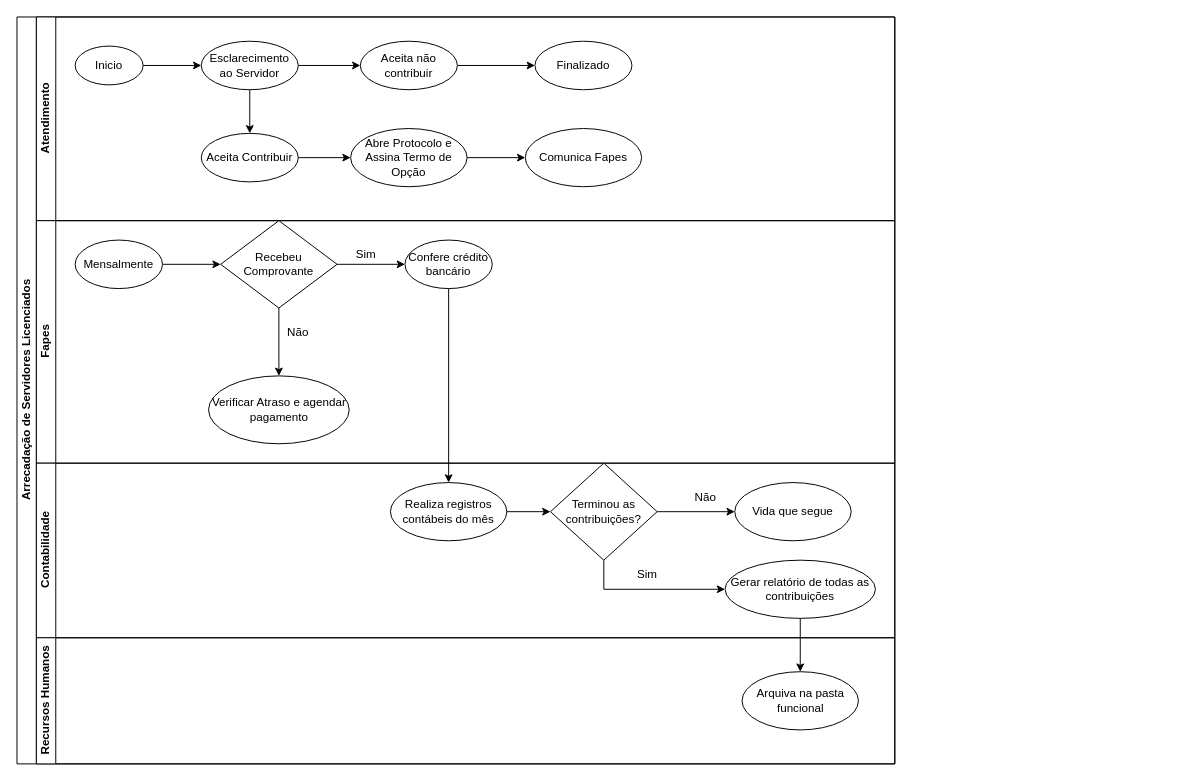
Above: Cobrança Servidor Licenciado.drawio in Ramaniks/fluxogramas-toledoprev (draw.io), before the change. Source tidied: cells renumbered, new cells numbered last; positions are measured from the earlier drawing's top-left corner, leaving out a move shared by most shapes. Both pictures are drawn from the tidied source at 97%, with x=0, y=0 at pixel (16, 16).
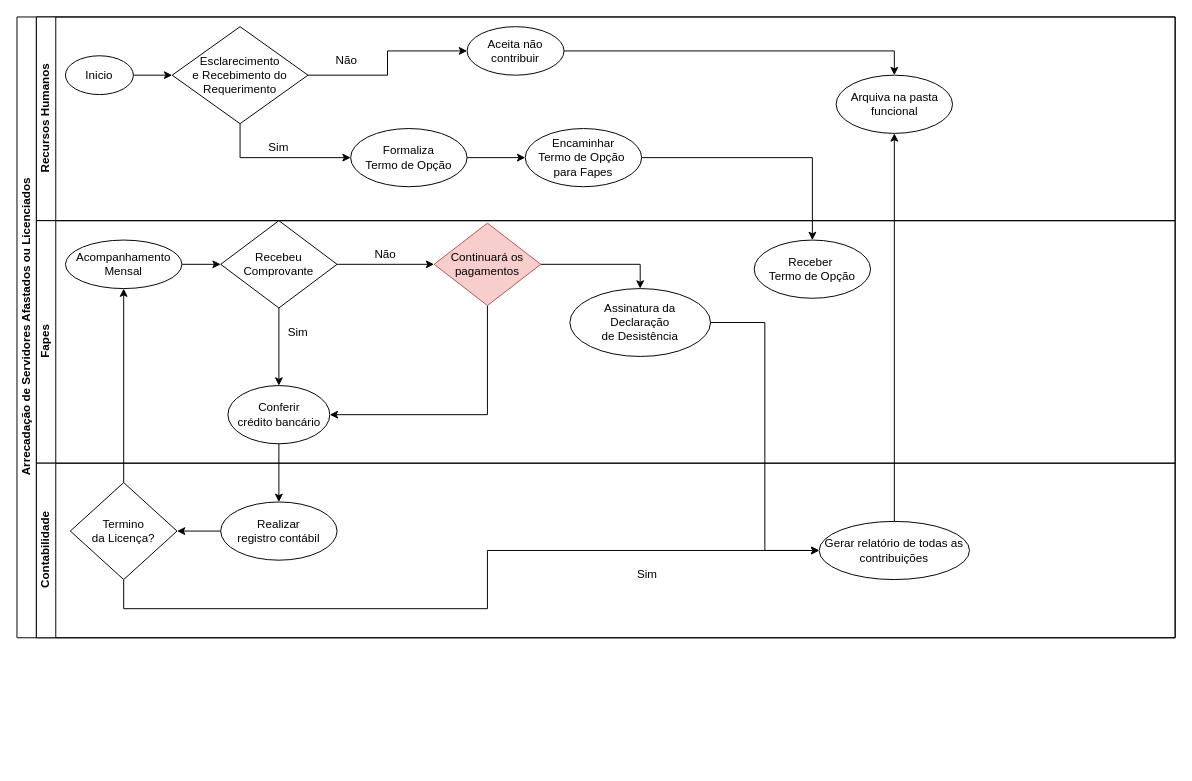
The same page after the edit.

Commit message:
Conforme recomendação da Coordenação

The change refers to these unchanged cells:
```xml
<mxCell id="24" value="Recebeu Comprovante" style="rhombus;whiteSpace=wrap;html=1;" parent="17" vertex="1">
  <mxGeometry x="190" width="120" height="90" as="geometry" />
</mxCell>
```

Change to the diagram source:
```diff
@@
-    <mxCell id="2" value="Arrecadação de Servidores Licenciados" style="swimlane;horizontal=0;startSize=20;html=1;" parent="1" vertex="1">
-      <mxGeometry width="905" height="770" as="geometry" />
+    <mxCell id="2" value="Arrecadação de Servidores Afastados ou Licenciados" style="swimlane;horizontal=0;startSize=20;html=1;" parent="1" vertex="1">
+      <mxGeometry width="1194" height="640" as="geometry" />
     </mxCell>
-    <mxCell id="3" value="Atendimento" style="swimlane;startSize=20;horizontal=0;html=1;" parent="2" vertex="1">
-      <mxGeometry x="20" width="885" height="210" as="geometry" />
+    <mxCell id="3" value="Recursos Humanos" style="swimlane;startSize=20;horizontal=0;html=1;" parent="2" vertex="1">
+      <mxGeometry x="20" width="1174" height="210" as="geometry" />
     </mxCell>
-    <mxCell id="4" style="edgeStyle=orthogonalEdgeStyle;rounded=0;jettySize=auto;html=1;" parent="3" edge="1" source="5" target="8">
-      <mxGeometry relative="1" as="geometry" />
-    </mxCell>
+    <mxCell id="41" style="edgeStyle=orthogonalEdgeStyle;rounded=0;jettySize=auto;html=1;entryX=0;entryY=0.5;entryDx=0;entryDy=0;" parent="3" edge="1" source="5" target="45">
+      <mxGeometry relative="1" as="geometry" />
+    </mxCell>
     <mxCell id="5" value="Inicio" style="ellipse;whiteSpace=wrap;html=1;" parent="3" vertex="1">
-      <mxGeometry x="40" y="30" width="70" height="40" as="geometry" />
+      <mxGeometry x="30" y="40" width="70" height="40" as="geometry" />
     </mxCell>
-    <mxCell id="6" style="edgeStyle=orthogonalEdgeStyle;rounded=0;jettySize=auto;html=1;" parent="3" edge="1" source="8" target="10">
-      <mxGeometry relative="1" as="geometry" />
-    </mxCell>
-    <mxCell id="7" style="edgeStyle=orthogonalEdgeStyle;rounded=0;jettySize=auto;html=1;" parent="3" edge="1" source="8" target="13">
-      <mxGeometry relative="1" as="geometry" />
-    </mxCell>
-    <mxCell id="8" value="Esclarecimento ao Servidor" style="ellipse;whiteSpace=wrap;html=1;" parent="3" vertex="1">
-      <mxGeometry x="170" y="25" width="100" height="50" as="geometry" />
-    </mxCell>
-    <mxCell id="9" style="edgeStyle=orthogonalEdgeStyle;rounded=0;jettySize=auto;html=1;" parent="3" edge="1" source="10" target="11">
-      <mxGeometry relative="1" as="geometry" />
-    </mxCell>
+    <mxCell id="42" style="edgeStyle=orthogonalEdgeStyle;rounded=0;jettySize=auto;html=1;entryX=0.5;entryY=0;entryDx=0;entryDy=0;" parent="3" edge="1" source="10" target="38">
+      <mxGeometry relative="1" as="geometry" />
+    </mxCell>
     <mxCell id="10" value="Aceita não contribuir" style="ellipse;whiteSpace=wrap;html=1;" parent="3" vertex="1">
-      <mxGeometry x="334" y="25" width="100" height="50" as="geometry" />
+      <mxGeometry x="444" y="10" width="100" height="50" as="geometry" />
     </mxCell>
-    <mxCell id="11" value="Finalizado" style="ellipse;whiteSpace=wrap;html=1;" parent="3" vertex="1">
-      <mxGeometry x="514" y="25" width="100" height="50" as="geometry" />
-    </mxCell>
-    <mxCell id="12" style="edgeStyle=orthogonalEdgeStyle;rounded=0;jettySize=auto;html=1;" parent="3" edge="1" source="13" target="15">
-      <mxGeometry relative="1" as="geometry" />
-    </mxCell>
-    <mxCell id="13" value="Aceita Contribuir" style="ellipse;whiteSpace=wrap;html=1;" parent="3" vertex="1">
-      <mxGeometry x="170" y="120" width="100" height="50" as="geometry" />
-    </mxCell>
@@
-    <mxCell id="15" value="Abre Protocolo e Assina Termo de Opção" style="ellipse;whiteSpace=wrap;html=1;" parent="3" vertex="1">
+    <mxCell id="15" value="Formaliza &lt;br&gt;Termo de Opção" style="ellipse;whiteSpace=wrap;html=1;" parent="3" vertex="1">
       <mxGeometry x="324" y="115" width="120" height="60" as="geometry" />
     </mxCell>
-    <mxCell id="16" value="Comunica Fapes" style="ellipse;whiteSpace=wrap;html=1;" parent="3" vertex="1">
+    <mxCell id="16" value="Encaminhar&lt;br&gt;Termo de Opção&amp;nbsp;&lt;br&gt;para Fapes" style="ellipse;whiteSpace=wrap;html=1;" parent="3" vertex="1">
       <mxGeometry x="504" y="115" width="120" height="60" as="geometry" />
     </mxCell>
+    <mxCell id="38" value="Arquiva na pasta funcional" style="ellipse;whiteSpace=wrap;html=1;" parent="3" vertex="1">
+      <mxGeometry x="824.5" y="60" width="120" height="60" as="geometry" />
+    </mxCell>
+    <mxCell id="43" style="edgeStyle=orthogonalEdgeStyle;rounded=0;jettySize=auto;html=1;entryX=0;entryY=0.5;entryDx=0;entryDy=0;" parent="3" edge="1" source="45" target="10">
+      <mxGeometry relative="1" as="geometry" />
+    </mxCell>
+    <mxCell id="44" style="edgeStyle=orthogonalEdgeStyle;rounded=0;jettySize=auto;html=1;entryX=0;entryY=0.5;entryDx=0;entryDy=0;" parent="3" edge="1" source="45" target="15">
+      <mxGeometry relative="1" as="geometry">
+        <Array as="points">
+          <mxPoint x="210" y="145" />
+        </Array>
+      </mxGeometry>
+    </mxCell>
+    <mxCell id="45" value="Esclarecimento &lt;br&gt;e Recebimento do Requerimento" style="rhombus;whiteSpace=wrap;html=1;" parent="3" vertex="1">
+      <mxGeometry x="140" y="10" width="140" height="100" as="geometry" />
+    </mxCell>
+    <mxCell id="46" value="Sim" style="text;html=1;strokeColor=none;fillColor=none;align=center;verticalAlign=middle;whiteSpace=wrap;rounded=0;" parent="3" vertex="1">
+      <mxGeometry x="220" y="120" width="60" height="30" as="geometry" />
+    </mxCell>
+    <mxCell id="32" value="Não" style="text;html=1;strokeColor=none;fillColor=none;align=center;verticalAlign=middle;whiteSpace=wrap;rounded=0;" parent="3" vertex="1">
+      <mxGeometry x="290" y="30" width="60" height="30" as="geometry" />
+    </mxCell>
     <mxCell id="17" value="Fapes" style="swimlane;startSize=20;horizontal=0;html=1;" parent="2" vertex="1">
-      <mxGeometry x="20" y="210" width="885" height="250" as="geometry" />
+      <mxGeometry x="20" y="210" width="1174" height="250" as="geometry" />
     </mxCell>
@@
-    <mxCell id="19" value="Mensalmente" style="ellipse;whiteSpace=wrap;html=1;" parent="17" vertex="1">
-      <mxGeometry x="40" y="20" width="90" height="50" as="geometry" />
+    <mxCell id="19" value="Acompanhamento&lt;br&gt;Mensal" style="ellipse;whiteSpace=wrap;html=1;" parent="17" vertex="1">
+      <mxGeometry x="30" y="20" width="120" height="50" as="geometry" />
     </mxCell>
-    <mxCell id="20" value="Verificar Atraso e agendar pagamento" style="ellipse;whiteSpace=wrap;html=1;" parent="17" vertex="1">
-      <mxGeometry x="177.5" y="160" width="145" height="70" as="geometry" />
+    <mxCell id="20" value="Assinatura da &lt;br&gt;Declaração &lt;br&gt;de Desistência" style="ellipse;whiteSpace=wrap;html=1;" parent="17" vertex="1">
+      <mxGeometry x="550" y="70" width="145" height="70" as="geometry" />
     </mxCell>
-    <mxCell id="21" value="Confere crédito bancário" style="ellipse;whiteSpace=wrap;html=1;" parent="17" vertex="1">
-      <mxGeometry x="380" y="20" width="90" height="50" as="geometry" />
+    <mxCell id="21" value="Conferir &lt;br&gt;crédito bancário" style="ellipse;whiteSpace=wrap;html=1;" parent="17" vertex="1">
+      <mxGeometry x="197.5" y="170" width="105" height="60" as="geometry" />
     </mxCell>
@@
-    <mxCell id="23" style="edgeStyle=orthogonalEdgeStyle;rounded=0;jettySize=auto;html=1;entryX=0.5;entryY=0;entryDx=0;entryDy=0;" parent="17" edge="1" source="24" target="20">
-      <mxGeometry relative="1" as="geometry" />
-    </mxCell>
+    <mxCell id="47" style="edgeStyle=orthogonalEdgeStyle;rounded=0;jettySize=auto;html=1;" parent="17" edge="1" source="24" target="51">
+      <mxGeometry relative="1" as="geometry" />
+    </mxCell>
@@
     <mxCell id="25" value="Sim" style="text;html=1;strokeColor=none;fillColor=none;align=center;verticalAlign=middle;whiteSpace=wrap;rounded=0;" parent="17" vertex="1">
-      <mxGeometry x="310" y="20" width="60" height="30" as="geometry" />
+      <mxGeometry x="240" y="100" width="60" height="30" as="geometry" />
     </mxCell>
     <mxCell id="26" value="Não" style="text;html=1;strokeColor=none;fillColor=none;align=center;verticalAlign=middle;whiteSpace=wrap;rounded=0;" parent="17" vertex="1">
-      <mxGeometry x="240" y="100" width="60" height="30" as="geometry" />
+      <mxGeometry x="330" y="20" width="60" height="30" as="geometry" />
     </mxCell>
+    <mxCell id="48" value="Receber&amp;nbsp;&lt;br&gt;Termo de Opção" style="ellipse;whiteSpace=wrap;html=1;" parent="17" vertex="1">
+      <mxGeometry x="740" y="20" width="120" height="60" as="geometry" />
+    </mxCell>
+    <mxCell id="49" style="edgeStyle=orthogonalEdgeStyle;rounded=0;jettySize=auto;html=1;entryX=1;entryY=0.5;entryDx=0;entryDy=0;" parent="17" edge="1" source="51" target="21">
+      <mxGeometry relative="1" as="geometry">
+        <Array as="points">
+          <mxPoint x="465" y="200" />
+        </Array>
+      </mxGeometry>
+    </mxCell>
+    <mxCell id="50" style="edgeStyle=orthogonalEdgeStyle;rounded=0;jettySize=auto;html=1;entryX=0.5;entryY=0;entryDx=0;entryDy=0;" parent="17" edge="1" source="51" target="20">
+      <mxGeometry relative="1" as="geometry" />
+    </mxCell>
+    <mxCell id="51" value="Continuará os&lt;br&gt;pagamentos" style="rhombus;whiteSpace=wrap;html=1;fillColor=#f8cecc;strokeColor=#b85450;" parent="17" vertex="1">
+      <mxGeometry x="410" y="2.5" width="110" height="85" as="geometry" />
+    </mxCell>
     <mxCell id="27" value="Contabilidade" style="swimlane;startSize=20;horizontal=0;html=1;" parent="2" vertex="1">
-      <mxGeometry x="20" y="460" width="885" height="180" as="geometry" />
+      <mxGeometry x="20" y="460" width="1174" height="180" as="geometry" />
     </mxCell>
@@
-    <mxCell id="29" value="Realiza registros contábeis do mês" style="ellipse;whiteSpace=wrap;html=1;" parent="27" vertex="1">
-      <mxGeometry x="365" y="20" width="120" height="60" as="geometry" />
+    <mxCell id="29" value="Realizar &lt;br&gt;registro contábil" style="ellipse;whiteSpace=wrap;html=1;" parent="27" vertex="1">
+      <mxGeometry x="190" y="40" width="120" height="60" as="geometry" />
     </mxCell>
-    <mxCell id="30" value="Vida que segue" style="ellipse;whiteSpace=wrap;html=1;" parent="27" vertex="1">
-      <mxGeometry x="720" y="20" width="120" height="60" as="geometry" />
-    </mxCell>
     <mxCell id="31" value="Gerar relatório de todas as contribuições" style="ellipse;whiteSpace=wrap;html=1;" parent="27" vertex="1">
-      <mxGeometry x="710" y="100" width="155" height="60" as="geometry" />
+      <mxGeometry x="807" y="60" width="155" height="60" as="geometry" />
     </mxCell>
-    <mxCell id="32" value="Não" style="text;html=1;strokeColor=none;fillColor=none;align=center;verticalAlign=middle;whiteSpace=wrap;rounded=0;" parent="27" vertex="1">
-      <mxGeometry x="660" y="20" width="60" height="30" as="geometry" />
-    </mxCell>
@@
-    <mxCell id="34" style="edgeStyle=orthogonalEdgeStyle;rounded=0;jettySize=auto;html=1;" parent="27" edge="1" source="36" target="31">
+    <mxCell id="34" style="edgeStyle=orthogonalEdgeStyle;rounded=0;jettySize=auto;html=1;exitX=0.5;exitY=1;exitDx=0;exitDy=0;" parent="27" edge="1" source="36" target="31">
       <mxGeometry relative="1" as="geometry">
         <Array as="points">
-          <mxPoint x="585" y="130" />
+          <mxPoint x="90" y="150" />
+          <mxPoint x="465" y="150" />
+          <mxPoint x="465" y="90" />
         </Array>
       </mxGeometry>
     </mxCell>
-    <mxCell id="35" style="edgeStyle=orthogonalEdgeStyle;rounded=0;jettySize=auto;html=1;" parent="27" edge="1" source="36" target="30">
-      <mxGeometry relative="1" as="geometry" />
-    </mxCell>
-    <mxCell id="36" value="Terminou as contribuições?" style="rhombus;whiteSpace=wrap;html=1;" parent="27" vertex="1">
-      <mxGeometry x="530" width="110" height="100" as="geometry" />
+    <mxCell id="36" value="Termino &lt;br&gt;da Licença?" style="rhombus;whiteSpace=wrap;html=1;" parent="27" vertex="1">
+      <mxGeometry x="35" y="20" width="110" height="100" as="geometry" />
     </mxCell>
-    <mxCell id="37" value="Recursos Humanos" style="swimlane;startSize=20;horizontal=0;html=1;" parent="2" vertex="1">
-      <mxGeometry x="20" y="640" width="885" height="130" as="geometry" />
-    </mxCell>
-    <mxCell id="38" value="Arquiva na pasta funcional" style="ellipse;whiteSpace=wrap;html=1;" parent="37" vertex="1">
-      <mxGeometry x="727.5" y="35" width="120" height="60" as="geometry" />
-    </mxCell>
@@
+    <mxCell id="52" style="edgeStyle=orthogonalEdgeStyle;rounded=0;jettySize=auto;html=1;" parent="2" edge="1" source="16" target="48">
+      <mxGeometry relative="1" as="geometry" />
+    </mxCell>
+    <mxCell id="53" style="edgeStyle=orthogonalEdgeStyle;rounded=0;jettySize=auto;html=1;entryX=0.5;entryY=1;entryDx=0;entryDy=0;" parent="2" edge="1" source="36" target="19">
+      <mxGeometry relative="1" as="geometry" />
+    </mxCell>
+    <mxCell id="54" style="edgeStyle=orthogonalEdgeStyle;rounded=0;jettySize=auto;html=1;entryX=0;entryY=0.5;entryDx=0;entryDy=0;" parent="2" edge="1" source="20" target="31">
+      <mxGeometry relative="1" as="geometry" />
+    </mxCell>
```
